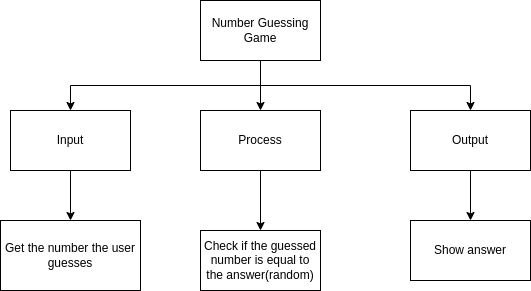
Before: design.number_guess.top-down.png, a diagram exported from draw.io (Yiyun-Qin/ICS3U-Unit3-03-Python). Source tidied: cells renumbered, new cells last; positions are measured from the earlier drawing's top-left corner, leaving out a move shared by most shapes.
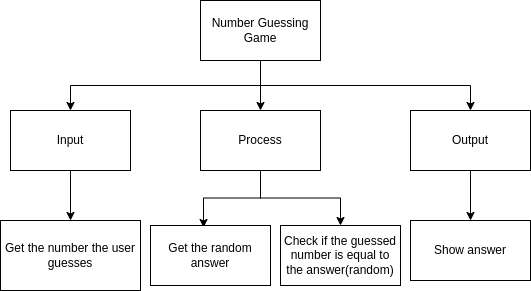
After the change.

Commit message:
new flowchart and topdown

Change to the diagram source:
```diff
@@ -23,6 +23,9 @@
     <mxCell id="8" style="edgeStyle=orthogonalEdgeStyle;rounded=0;html=1;exitX=0.5;exitY=1;exitDx=0;exitDy=0;entryX=0.5;entryY=0;entryDx=0;entryDy=0;" parent="1" edge="1" source="9" target="13">
       <mxGeometry relative="1" as="geometry" />
     </mxCell>
+    <mxCell id="15" style="edgeStyle=orthogonalEdgeStyle;html=1;exitX=0.5;exitY=1;exitDx=0;exitDy=0;entryX=0.442;entryY=0.033;entryDx=0;entryDy=0;entryPerimeter=0;rounded=0;" parent="1" edge="1" source="9" target="16">
+      <mxGeometry relative="1" as="geometry" />
+    </mxCell>
     <mxCell id="9" value="Process" style="rounded=0;whiteSpace=wrap;html=1;" parent="1" vertex="1">
       <mxGeometry x="200" y="110" width="120" height="60" as="geometry" />
     </mxCell>
@@ -36,10 +39,13 @@
       <mxGeometry y="220" width="140" height="70" as="geometry" />
     </mxCell>
     <mxCell id="13" value="Check if the guessed number is equal to the answer(random)" style="rounded=0;whiteSpace=wrap;html=1;" parent="1" vertex="1">
-      <mxGeometry x="200" y="230" width="120" height="60" as="geometry" />
+      <mxGeometry x="280" y="225" width="120" height="60" as="geometry" />
     </mxCell>
     <mxCell id="14" value="Show answer" style="rounded=0;whiteSpace=wrap;html=1;" parent="1" vertex="1">
       <mxGeometry x="410" y="220" width="120" height="60" as="geometry" />
     </mxCell>
+    <mxCell id="16" value="Get the random answer" style="rounded=0;whiteSpace=wrap;html=1;" parent="1" vertex="1">
+      <mxGeometry x="150" y="225" width="120" height="60" as="geometry" />
+    </mxCell>
   </root>
 </mxGraphModel>
```
